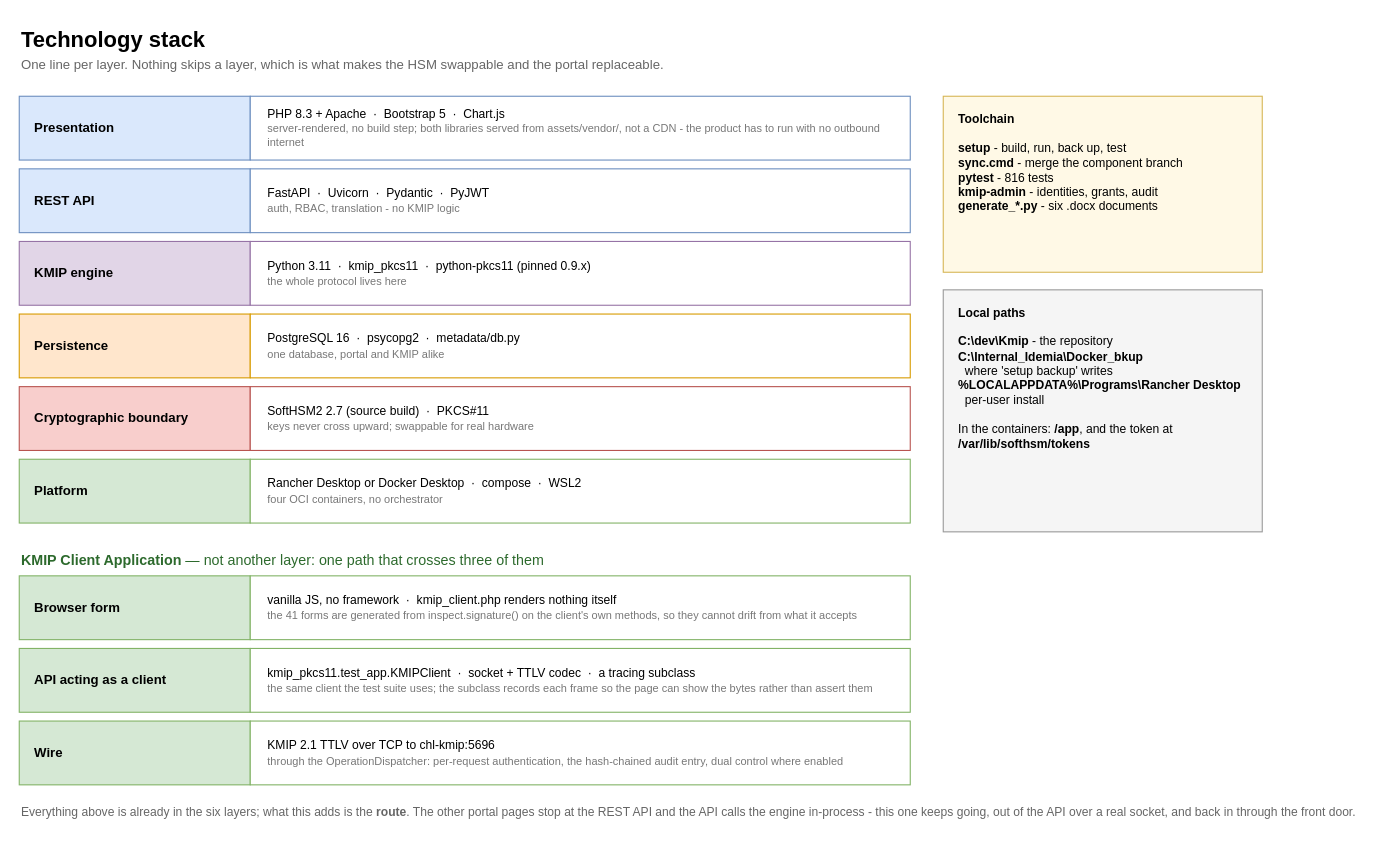
Above: page "Technology stack" (3 of 4) of cryptohub_lite/docs/architecture.drawio in Gaillotte/Noida (draw.io), before the change. Source tidied: cells renumbered, new cells numbered last; positions are measured from the earlier drawing's top-left corner, leaving out a move shared by most shapes. Both pictures are drawn from the tidied source at 110%, with x=0, y=0 at pixel (19, 19).
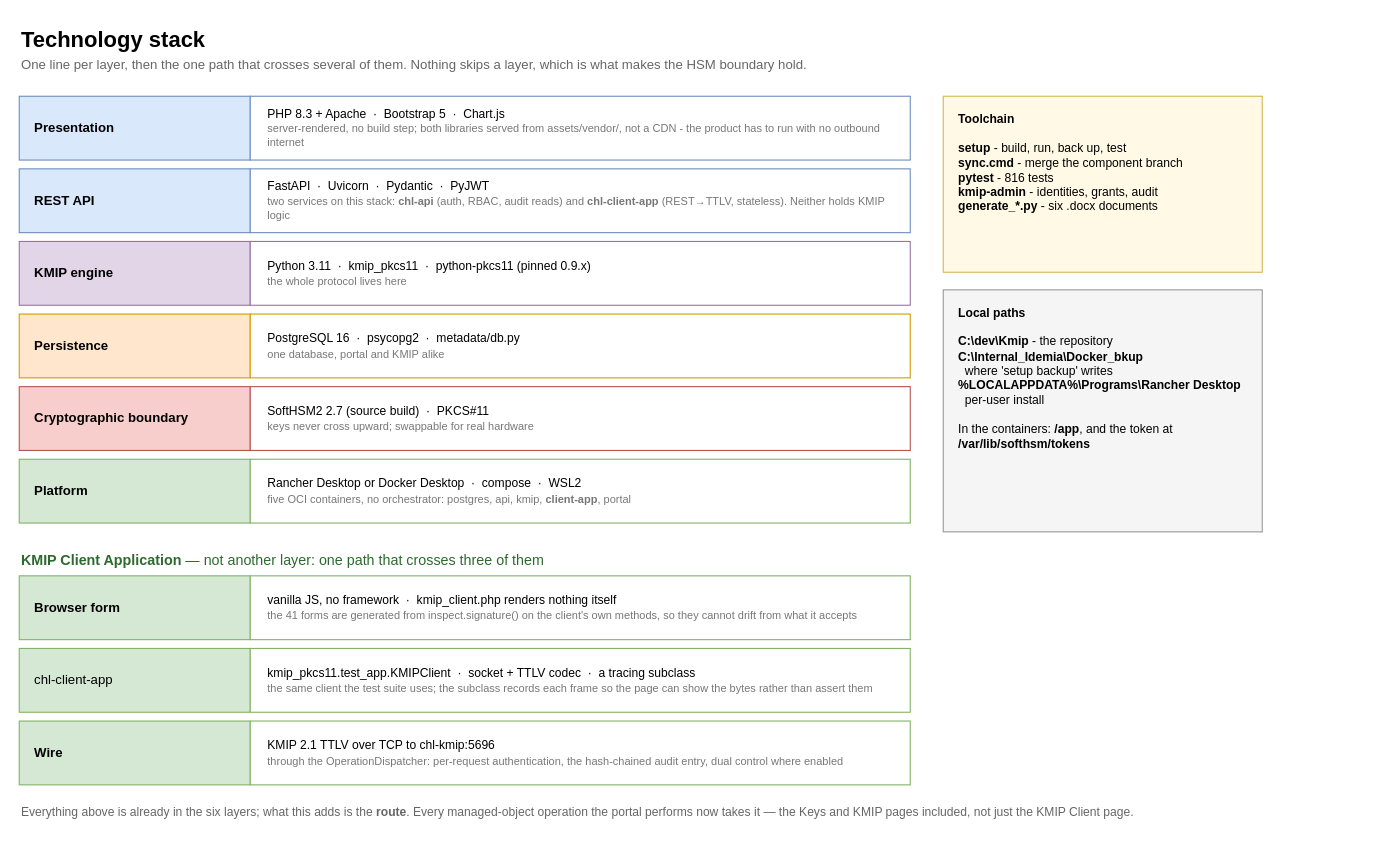
The same page after the edit.

Diff of the diagram source:
```diff
@@
-    <mxCell id="3" value="One line per layer. Nothing skips a layer, which is what makes the HSM swappable and the portal replaceable." style="text;html=1;fontSize=12;fontColor=#666666;align=left;" parent="1" vertex="1">
+    <mxCell id="3" value="One line per layer, then the one path that crosses several of them. Nothing skips a layer, which is what makes the HSM boundary hold." style="text;html=1;fontSize=12;fontColor=#666666;align=left;" parent="1" vertex="1">
       <mxGeometry y="28" width="900" height="20" as="geometry" />
     </mxCell>
@@
-    <mxCell id="7" value="FastAPI&amp;nbsp; &amp;middot;&amp;nbsp; Uvicorn&amp;nbsp; &amp;middot;&amp;nbsp; Pydantic&amp;nbsp; &amp;middot;&amp;nbsp; PyJWT&lt;br/&gt;&lt;font style=&quot;font-size:10px;color:#777&quot;&gt;auth, RBAC, translation - no KMIP logic&lt;/font&gt;" style="rounded=0;whiteSpace=wrap;html=1;fillColor=#ffffff;strokeColor=#6c8ebf;align=left;spacingLeft=14;fontSize=11;" parent="1" vertex="1">
+    <mxCell id="7" value="FastAPI&amp;nbsp; &amp;middot;&amp;nbsp; Uvicorn&amp;nbsp; &amp;middot;&amp;nbsp; Pydantic&amp;nbsp; &amp;middot;&amp;nbsp; PyJWT&lt;br/&gt;&lt;font style=&quot;font-size:10px;color:#777&quot;&gt;two services on this stack: &lt;b&gt;chl-api&lt;/b&gt; (auth, RBAC, audit reads) and &lt;b&gt;chl-client-app&lt;/b&gt; (REST&amp;rarr;TTLV, stateless). Neither holds KMIP logic&lt;/font&gt;" style="rounded=0;whiteSpace=wrap;html=1;fillColor=#ffffff;strokeColor=#6c8ebf;align=left;spacingLeft=14;fontSize=11;" parent="1" vertex="1">
       <mxGeometry x="210" y="136" width="600" height="58" as="geometry" />
     </mxCell>
@@
-    <mxCell id="15" value="Rancher Desktop or Docker Desktop&amp;nbsp; &amp;middot;&amp;nbsp; compose&amp;nbsp; &amp;middot;&amp;nbsp; WSL2&lt;br/&gt;&lt;font style=&quot;font-size:10px;color:#777&quot;&gt;four OCI containers, no orchestrator&lt;/font&gt;" style="rounded=0;whiteSpace=wrap;html=1;fillColor=#ffffff;strokeColor=#82b366;align=left;spacingLeft=14;fontSize=11;" parent="1" vertex="1">
+    <mxCell id="15" value="Rancher Desktop or Docker Desktop&amp;nbsp; &amp;middot;&amp;nbsp; compose&amp;nbsp; &amp;middot;&amp;nbsp; WSL2&lt;br/&gt;&lt;font style=&quot;font-size:10px;color:#777&quot;&gt;five OCI containers, no orchestrator: postgres, api, kmip, &lt;b&gt;client-app&lt;/b&gt;, portal&lt;/font&gt;" style="rounded=0;whiteSpace=wrap;html=1;fillColor=#ffffff;strokeColor=#82b366;align=left;spacingLeft=14;fontSize=11;" parent="1" vertex="1">
       <mxGeometry x="210" y="400" width="600" height="58" as="geometry" />
     </mxCell>
@@
-    <mxCell id="21" value="&lt;b&gt;API acting as a client&lt;/b&gt;" style="rounded=0;whiteSpace=wrap;html=1;fillColor=#d5e8d4;strokeColor=#82b366;align=left;spacingLeft=12;fontSize=12;" parent="1" vertex="1">
+    <mxCell id="21" value="chl-client-app" style="rounded=0;whiteSpace=wrap;html=1;fillColor=#d5e8d4;strokeColor=#82b366;align=left;spacingLeft=12;fontSize=12;" parent="1" vertex="1">
       <mxGeometry y="572" width="210" height="58" as="geometry" />
     </mxCell>
@@
-    <mxCell id="25" value="Everything above is already in the six layers; what this adds is the &lt;b&gt;route&lt;/b&gt;. The other portal pages stop at the REST API and the API calls the engine in-process - this one keeps going, out of the API over a real socket, and back in through the front door." style="text;html=1;fontSize=11;fontColor=#666666;align=left;" parent="1" vertex="1">
+    <mxCell id="25" value="Everything above is already in the six layers; what this adds is the &lt;b&gt;route&lt;/b&gt;. Every managed-object operation the portal performs now takes it &amp;mdash; the Keys and KMIP pages included, not just the KMIP Client page." style="text;html=1;fontSize=11;fontColor=#666666;align=left;" parent="1" vertex="1">
       <mxGeometry y="708" width="810" height="46" as="geometry" />
     </mxCell>
```
